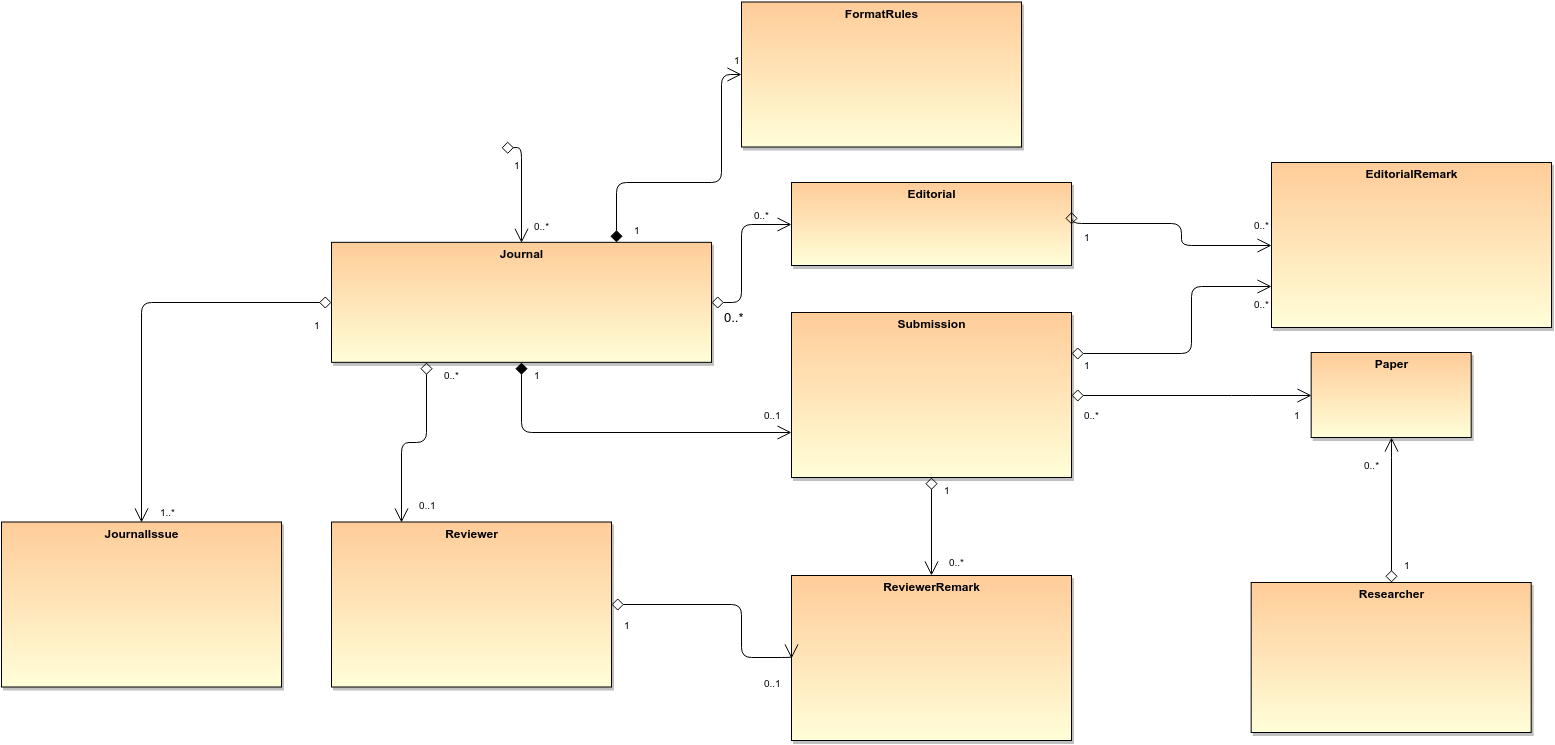
Before: ClassDiagram.png, a diagram exported from draw.io (h31/SoftwareArchitecture). Source tidied: cells renumbered, new cells last; positions are measured from the earlier drawing's top-left corner, leaving out a move shared by most shapes.
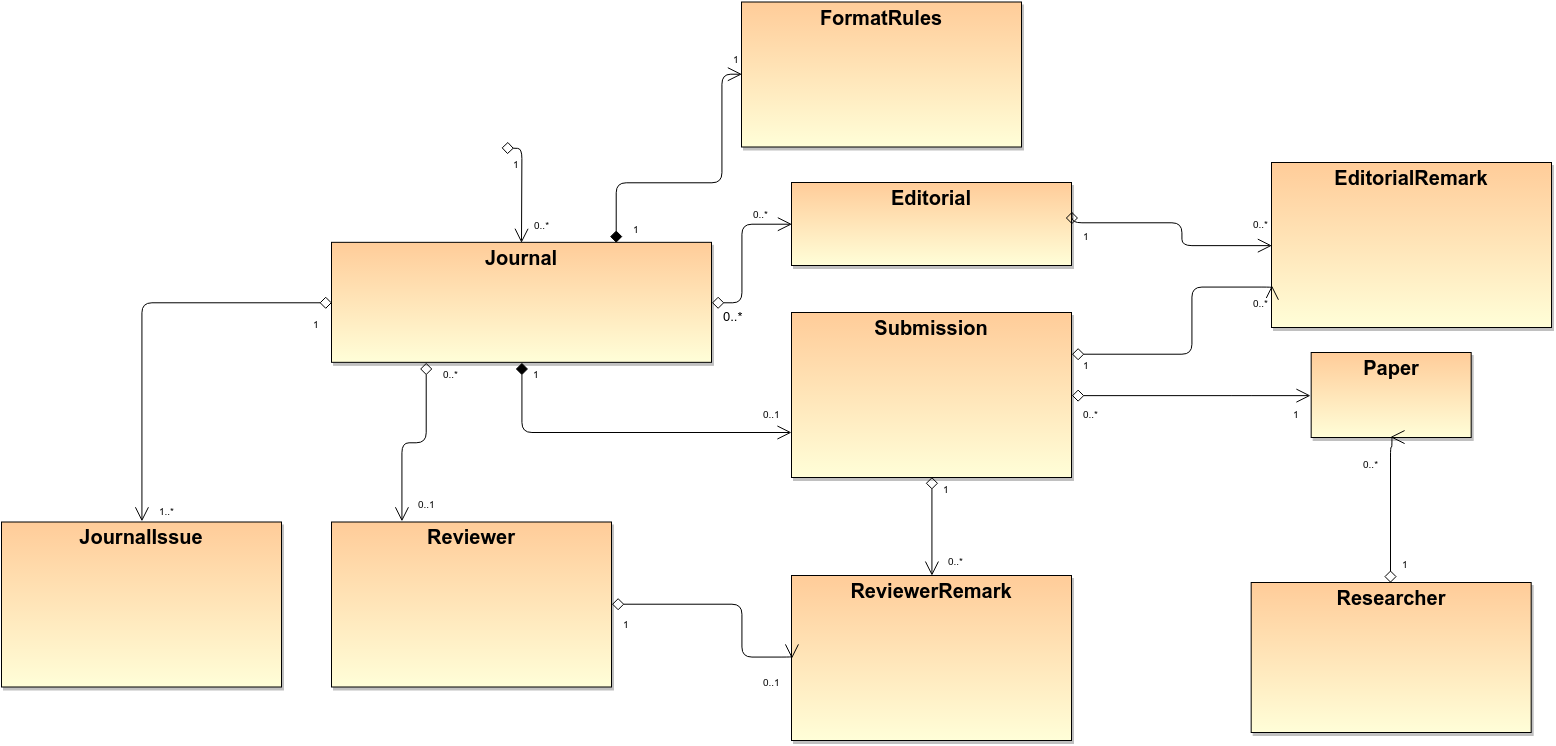
The same file after the commit.

Commit message:
Better diagrams

What changed in the source:
```diff
@@ -2,10 +2,10 @@
   <root>
     <mxCell id="0" style="html=1;" />
     <mxCell id="1" style="html=1;" parent="0" />
-    <mxCell id="2" value="&lt;p style=&quot;margin: 0px ; margin-top: 4px ; text-align: center&quot;&gt;&lt;b&gt;Submission&lt;/b&gt;&lt;/p&gt;&lt;p style=&quot;margin: 0px ; margin-left: 4px&quot;&gt;&lt;br&gt;&lt;/p&gt;" style="shadow=1;fillColor=#FFCC99;gradientColor=#FFFED8;verticalAlign=top;align=left;overflow=fill;fontSize=12;fontFamily=Helvetica;html=1;" parent="1" vertex="1">
+    <mxCell id="2" value="&lt;p style=&quot;margin: 0px ; margin-top: 4px ; text-align: center&quot;&gt;&lt;b&gt;Submission&lt;/b&gt;&lt;/p&gt;&lt;p style=&quot;margin: 0px ; margin-left: 4px&quot;&gt;&lt;br&gt;&lt;/p&gt;" style="shadow=1;fillColor=#FFCC99;gradientColor=#FFFED8;verticalAlign=top;align=left;overflow=fill;fontSize=20;fontFamily=Helvetica;html=1;" parent="1" vertex="1">
       <mxGeometry x="790" y="310" width="280" height="165" as="geometry" />
     </mxCell>
-    <mxCell id="3" value="&lt;p style=&quot;margin: 0px ; margin-top: 4px ; text-align: center&quot;&gt;&lt;strong&gt;FormatRules&lt;/strong&gt;&lt;/p&gt;&lt;p style=&quot;margin: 0px ; margin-left: 4px&quot;&gt;&lt;br&gt;&lt;/p&gt;" style="shadow=1;fillColor=#FFCC99;gradientColor=#FFFED8;verticalAlign=top;align=left;overflow=fill;fontSize=12;fontFamily=Helvetica;html=1;" parent="1" vertex="1">
+    <mxCell id="3" value="&lt;p style=&quot;margin: 0px ; margin-top: 4px ; text-align: center&quot;&gt;&lt;strong&gt;FormatRules&lt;/strong&gt;&lt;/p&gt;&lt;p style=&quot;margin: 0px ; margin-left: 4px&quot;&gt;&lt;br&gt;&lt;/p&gt;" style="shadow=1;fillColor=#FFCC99;gradientColor=#FFFED8;verticalAlign=top;align=left;overflow=fill;fontSize=20;fontFamily=Helvetica;html=1;" parent="1" vertex="1">
       <mxGeometry x="740" y="-0.5" width="280" height="145" as="geometry" />
     </mxCell>
     <mxCell id="4" style="endArrow=open;endSize=12;startArrow=diamond;startSize=10;startFill=1;edgeStyle=elbowEdgeStyle;sourcePerimeterSpacing=5;elbow=vertical;html=1;exitX=0.5;exitY=1;" parent="1" edge="1" source="12" target="2">
@@ -21,10 +21,10 @@
         <mxPoint x="10" as="offset" />
       </mxGeometry>
     </mxCell>
-    <mxCell id="6" value="&lt;p style=&quot;margin: 0px ; margin-top: 4px ; text-align: center&quot;&gt;&lt;b&gt;EditorialRemark&lt;/b&gt;&lt;/p&gt;&lt;p style=&quot;margin: 0px ; margin-left: 4px&quot;&gt;&lt;br&gt;&lt;/p&gt;" style="shadow=1;fillColor=#FFCC99;gradientColor=#FFFED8;verticalAlign=top;align=left;overflow=fill;fontSize=12;fontFamily=Helvetica;html=1;" parent="1" vertex="1">
+    <mxCell id="6" value="&lt;p style=&quot;margin: 0px ; margin-top: 4px ; text-align: center&quot;&gt;&lt;b&gt;EditorialRemark&lt;/b&gt;&lt;/p&gt;&lt;p style=&quot;margin: 0px ; margin-left: 4px&quot;&gt;&lt;br&gt;&lt;/p&gt;" style="shadow=1;fillColor=#FFCC99;gradientColor=#FFFED8;verticalAlign=top;align=left;overflow=fill;fontSize=20;fontFamily=Helvetica;html=1;" parent="1" vertex="1">
       <mxGeometry x="1270" y="160" width="280" height="165" as="geometry" />
     </mxCell>
-    <mxCell id="7" value="&lt;p style=&quot;margin: 0px ; margin-top: 4px ; text-align: center&quot;&gt;&lt;b&gt;ReviewerRemark&lt;/b&gt;&lt;/p&gt;&lt;p style=&quot;margin: 0px ; margin-left: 4px&quot;&gt;&lt;br&gt;&lt;/p&gt;" style="shadow=1;fillColor=#FFCC99;gradientColor=#FFFED8;verticalAlign=top;align=left;overflow=fill;fontSize=12;fontFamily=Helvetica;html=1;" parent="1" vertex="1">
+    <mxCell id="7" value="&lt;p style=&quot;margin: 0px ; margin-top: 4px ; text-align: center&quot;&gt;&lt;b&gt;ReviewerRemark&lt;/b&gt;&lt;/p&gt;&lt;p style=&quot;margin: 0px ; margin-left: 4px&quot;&gt;&lt;br&gt;&lt;/p&gt;" style="shadow=1;fillColor=#FFCC99;gradientColor=#FFFED8;verticalAlign=top;align=left;overflow=fill;fontSize=20;fontFamily=Helvetica;html=1;" parent="1" vertex="1">
       <mxGeometry x="790" y="573" width="280" height="165" as="geometry" />
     </mxCell>
     <mxCell id="8" value="1" style="endArrow=open;endSize=12;startArrow=diamond;startSize=10;startFill=0;edgeStyle=orthogonalEdgeStyle;sourcePerimeterSpacing=5;html=1;entryX=0.5;entryY=0;endFill=0;exitX=0.5;exitY=1;" parent="1" edge="1">
@@ -53,10 +53,10 @@
         <mxPoint x="10" as="offset" />
       </mxGeometry>
     </mxCell>
-    <mxCell id="12" value="&lt;p style=&quot;margin: 0px ; margin-top: 4px ; text-align: center&quot;&gt;&lt;strong&gt;Journal&lt;/strong&gt;&lt;/p&gt;&lt;p style=&quot;margin: 0px ; margin-left: 4px&quot;&gt;&lt;br&gt;&lt;/p&gt;" style="shadow=1;fillColor=#FFCC99;gradientColor=#FFFED8;verticalAlign=top;align=left;overflow=fill;fontSize=12;fontFamily=Helvetica;html=1;" parent="1" vertex="1">
+    <mxCell id="12" value="&lt;p style=&quot;margin: 0px ; margin-top: 4px ; text-align: center&quot;&gt;&lt;strong&gt;Journal&lt;/strong&gt;&lt;/p&gt;&lt;p style=&quot;margin: 0px ; margin-left: 4px&quot;&gt;&lt;br&gt;&lt;/p&gt;" style="shadow=1;fillColor=#FFCC99;gradientColor=#FFFED8;verticalAlign=top;align=left;overflow=fill;fontSize=20;fontFamily=Helvetica;html=1;" parent="1" vertex="1">
       <mxGeometry x="330" y="239.8" width="380" height="120" as="geometry" />
     </mxCell>
-    <mxCell id="13" value="&lt;p style=&quot;margin: 0px ; margin-top: 4px ; text-align: center&quot;&gt;&lt;b&gt;Reviewer&lt;/b&gt;&lt;/p&gt;&lt;p style=&quot;margin: 0px ; margin-left: 4px&quot;&gt;&lt;br&gt;&lt;/p&gt;" style="shadow=1;fillColor=#FFCC99;gradientColor=#FFFED8;verticalAlign=top;align=left;overflow=fill;fontSize=12;fontFamily=Helvetica;html=1;" parent="1" vertex="1">
+    <mxCell id="13" value="&lt;p style=&quot;margin: 0px ; margin-top: 4px ; text-align: center&quot;&gt;&lt;b&gt;Reviewer&lt;/b&gt;&lt;/p&gt;&lt;p style=&quot;margin: 0px ; margin-left: 4px&quot;&gt;&lt;br&gt;&lt;/p&gt;" style="shadow=1;fillColor=#FFCC99;gradientColor=#FFFED8;verticalAlign=top;align=left;overflow=fill;fontSize=20;fontFamily=Helvetica;html=1;" parent="1" vertex="1">
       <mxGeometry x="330" y="519.5" width="280" height="165" as="geometry" />
     </mxCell>
     <mxCell id="14" style="endArrow=open;endSize=12;startArrow=diamond;startSize=10;startFill=0;edgeStyle=orthogonalEdgeStyle;sourcePerimeterSpacing=5;html=1;exitX=0.25;exitY=1;entryX=0.25;entryY=0;" parent="1" edge="1" source="12" target="13">
@@ -85,7 +85,7 @@
         <mxPoint x="10" y="8" as="offset" />
       </mxGeometry>
     </mxCell>
-    <mxCell id="18" value="&lt;p style=&quot;margin: 0px ; margin-top: 4px ; text-align: center&quot;&gt;&lt;b&gt;Editorial&lt;/b&gt;&lt;/p&gt;&lt;p style=&quot;margin: 0px ; margin-left: 4px&quot;&gt;&lt;br&gt;&lt;/p&gt;" style="shadow=1;fillColor=#FFCC99;gradientColor=#FFFED8;verticalAlign=top;align=left;overflow=fill;fontSize=12;fontFamily=Helvetica;html=1;" parent="1" vertex="1">
+    <mxCell id="18" value="&lt;p style=&quot;margin: 0px ; margin-top: 4px ; text-align: center&quot;&gt;&lt;b&gt;Editorial&lt;/b&gt;&lt;/p&gt;&lt;p style=&quot;margin: 0px ; margin-left: 4px&quot;&gt;&lt;br&gt;&lt;/p&gt;" style="shadow=1;fillColor=#FFCC99;gradientColor=#FFFED8;verticalAlign=top;align=left;overflow=fill;fontSize=20;fontFamily=Helvetica;html=1;" parent="1" vertex="1">
       <mxGeometry x="790" y="180" width="280" height="83" as="geometry" />
     </mxCell>
     <mxCell id="19" value="&lt;br class=&quot;Apple-interchange-newline&quot;&gt;" style="text;html=1;" parent="1" vertex="1">
@@ -117,10 +117,10 @@
         <mxPoint x="10" as="offset" />
       </mxGeometry>
     </mxCell>
-    <mxCell id="24" value="&lt;p style=&quot;margin: 0px ; margin-top: 4px ; text-align: center&quot;&gt;&lt;b&gt;Researcher&lt;/b&gt;&lt;/p&gt;&lt;p style=&quot;margin: 0px ; margin-left: 4px&quot;&gt;&lt;br&gt;&lt;/p&gt;" style="shadow=1;fillColor=#FFCC99;gradientColor=#FFFED8;verticalAlign=top;align=left;overflow=fill;fontSize=12;fontFamily=Helvetica;html=1;" parent="1" vertex="1">
+    <mxCell id="24" value="&lt;p style=&quot;margin: 0px ; margin-top: 4px ; text-align: center&quot;&gt;&lt;b&gt;Researcher&lt;/b&gt;&lt;/p&gt;&lt;p style=&quot;margin: 0px ; margin-left: 4px&quot;&gt;&lt;br&gt;&lt;/p&gt;" style="shadow=1;fillColor=#FFCC99;gradientColor=#FFFED8;verticalAlign=top;align=left;overflow=fill;fontSize=20;fontFamily=Helvetica;html=1;" parent="1" vertex="1">
       <mxGeometry x="1249.7" y="580" width="280" height="150" as="geometry" />
     </mxCell>
-    <mxCell id="25" value="&lt;p style=&quot;margin: 0px ; margin-top: 4px ; text-align: center&quot;&gt;&lt;strong&gt;Paper&lt;/strong&gt;&lt;/p&gt;&lt;p style=&quot;margin: 0px ; margin-left: 4px&quot;&gt;&lt;br&gt;&lt;/p&gt;" style="shadow=1;fillColor=#FFCC99;gradientColor=#FFFED8;verticalAlign=top;align=left;overflow=fill;fontSize=12;fontFamily=Helvetica;html=1;" parent="1" vertex="1">
+    <mxCell id="25" value="&lt;p style=&quot;margin: 0px ; margin-top: 4px ; text-align: center&quot;&gt;&lt;strong&gt;Paper&lt;/strong&gt;&lt;/p&gt;&lt;p style=&quot;margin: 0px ; margin-left: 4px&quot;&gt;&lt;br&gt;&lt;/p&gt;" style="shadow=1;fillColor=#FFCC99;gradientColor=#FFFED8;verticalAlign=top;align=left;overflow=fill;fontSize=20;fontFamily=Helvetica;html=1;" parent="1" vertex="1">
       <mxGeometry x="1309.7" y="350" width="160" height="85" as="geometry" />
     </mxCell>
     <mxCell id="26" style="endArrow=open;endSize=12;startArrow=diamond;startSize=10;startFill=0;edgeStyle=orthogonalEdgeStyle;sourcePerimeterSpacing=5;html=1;exitX=0.5;exitY=0;entryX=0.5;entryY=1;" parent="1" edge="1" source="24" target="25">
@@ -178,7 +178,7 @@
         <mxPoint x="10" as="offset" />
       </mxGeometry>
     </mxCell>
-    <mxCell id="35" value="&lt;p style=&quot;margin: 0px ; margin-top: 4px ; text-align: center&quot;&gt;&lt;b&gt;JournalIssue&lt;/b&gt;&lt;/p&gt;&lt;p style=&quot;margin: 0px ; margin-left: 4px&quot;&gt;&lt;br&gt;&lt;/p&gt;" style="shadow=1;fillColor=#FFCC99;gradientColor=#FFFED8;verticalAlign=top;align=left;overflow=fill;fontSize=12;fontFamily=Helvetica;html=1;" parent="1" vertex="1">
+    <mxCell id="35" value="&lt;p style=&quot;margin: 0px ; margin-top: 4px ; text-align: center&quot;&gt;&lt;b&gt;JournalIssue&lt;/b&gt;&lt;/p&gt;&lt;p style=&quot;margin: 0px ; margin-left: 4px&quot;&gt;&lt;br&gt;&lt;/p&gt;" style="shadow=1;fillColor=#FFCC99;gradientColor=#FFFED8;verticalAlign=top;align=left;overflow=fill;fontSize=20;fontFamily=Helvetica;html=1;" parent="1" vertex="1">
       <mxGeometry y="519.5" width="280" height="165" as="geometry" />
     </mxCell>
     <mxCell id="36" style="endArrow=open;endSize=12;startArrow=diamond;startSize=10;startFill=0;edgeStyle=orthogonalEdgeStyle;sourcePerimeterSpacing=5;html=1;exitX=0;exitY=0.5;entryX=0.5;entryY=0;" parent="1" edge="1" source="12" target="35">
```
